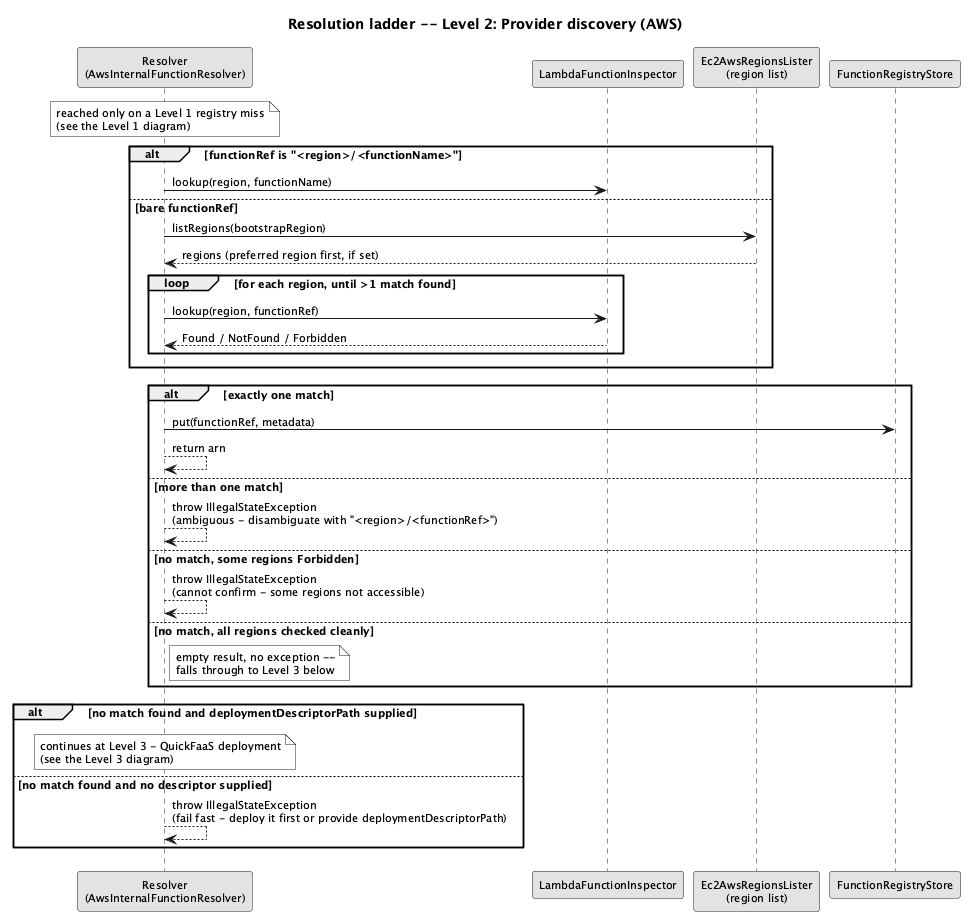
EngenheiroPedroCarvalho/ISEL-Thesis-2526 keeps this PlantUML diagram as dissertation/images/implementation/resolution-cascade-level2-aws.png. Above is the earlier version.
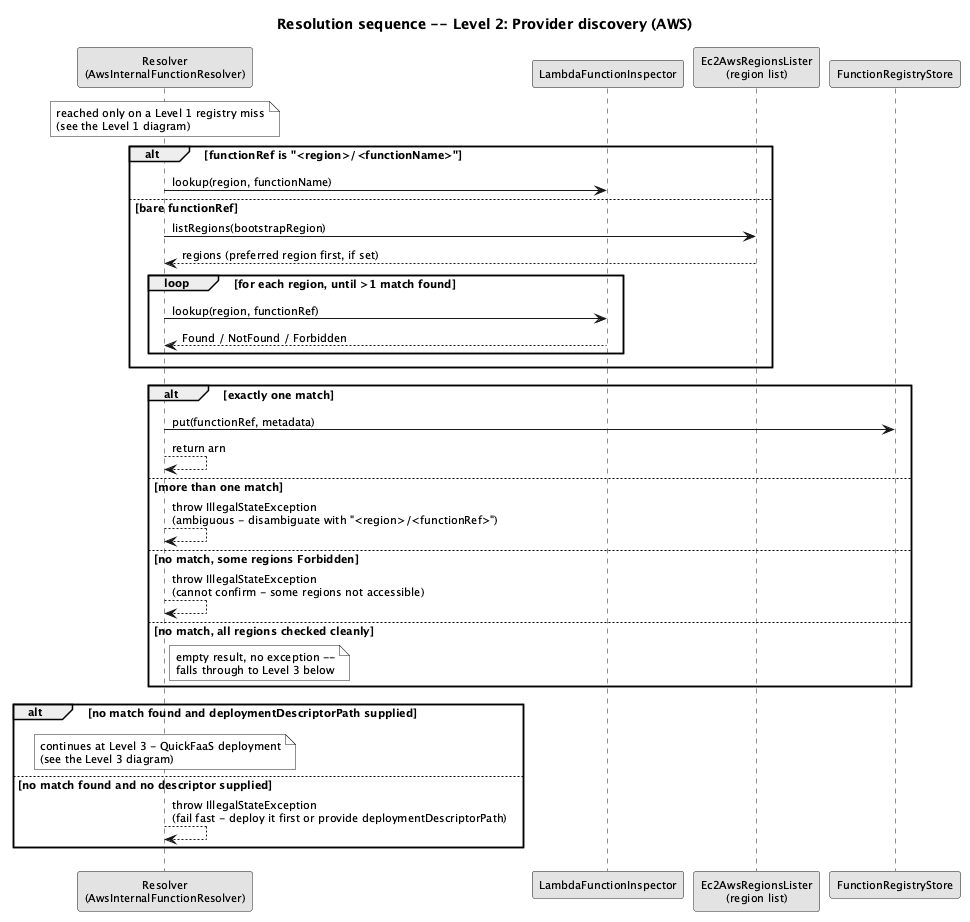
Later version of the same file.

Change to the diagram source:
```diff
@@ -2,7 +2,7 @@
 skinparam monochrome true
 skinparam shadowing false
 skinparam defaultFontSize 11
-title Resolution ladder -- Level 2: Provider discovery (AWS)
+title Resolution sequence -- Level 2: Provider discovery (AWS)
 
 participant "Resolver\n(AwsInternalFunctionResolver)" as R
 participant "LambdaFunctionInspector" as AI
```
